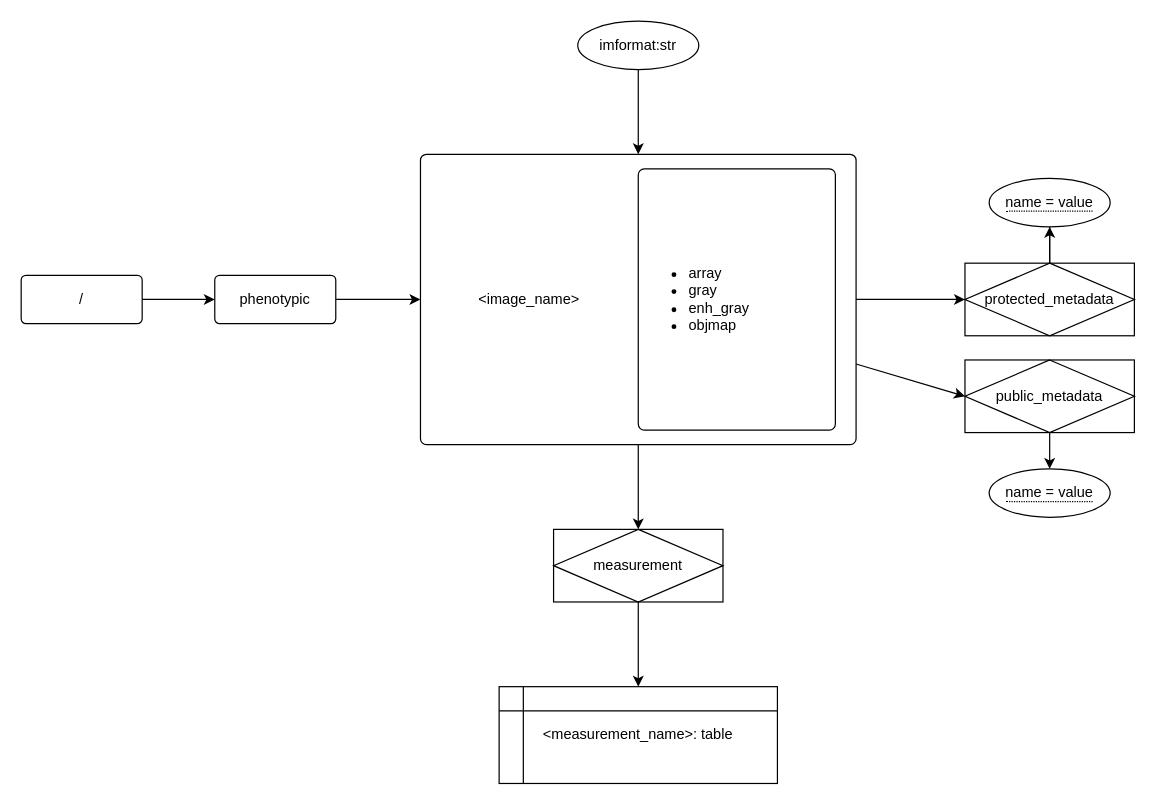
Before: page "I/O HDF5" (2 of 7) of docs/diagrams/Phenotypic-Diagrams.drawio in exfab/PhenoTypic, a draw.io diagram. Source tidied: cells renumbered, new cells numbered last; positions are measured from the earlier drawing's top-left corner, leaving out a move shared by most shapes. Both pictures are drawn from the tidied source at 121%, with x=0, y=0 at pixel (21, 21).
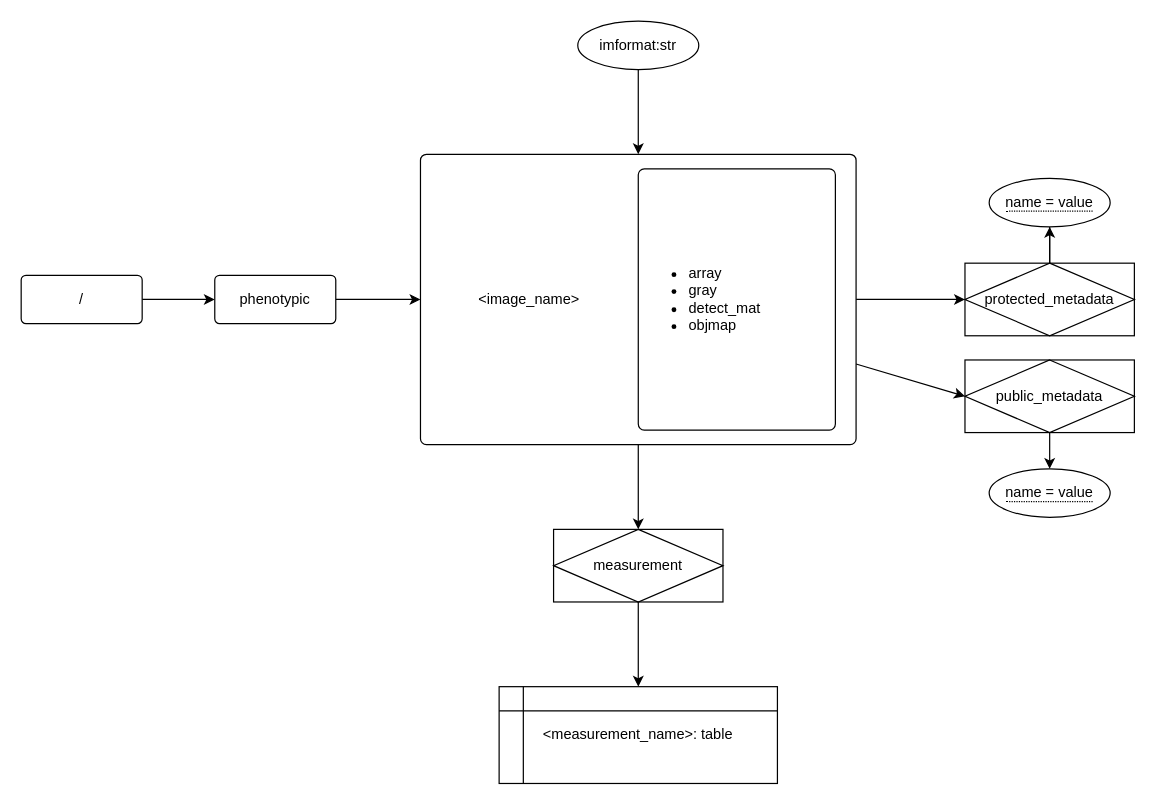
Above is the later version.

The change refers to these unchanged cells:
```xml
<mxCell id="9" style="rounded=1;absoluteArcSize=1;html=1;arcSize=10;" parent="1" vertex="1">
  <mxGeometry x="330" y="110" width="360" height="240" as="geometry" />
</mxCell>
```

The edit, as a diff of the source:
```diff
@@
-    <mxCell id="11" value="&lt;ul&gt;&lt;li&gt;array&lt;/li&gt;&lt;li&gt;gray&lt;/li&gt;&lt;li&gt;enh_gray&lt;/li&gt;&lt;li&gt;objmap&lt;/li&gt;&lt;/ul&gt;" style="rounded=1;absoluteArcSize=1;html=1;arcSize=10;whiteSpace=wrap;strokeColor=inherit;fillColor=inherit;align=left;" parent="9" vertex="1">
+    <mxCell id="11" value="&lt;ul&gt;&lt;li&gt;array&lt;/li&gt;&lt;li&gt;gray&lt;/li&gt;&lt;li&gt;detect_mat&lt;/li&gt;&lt;li&gt;objmap&lt;/li&gt;&lt;/ul&gt;" style="rounded=1;absoluteArcSize=1;html=1;arcSize=10;whiteSpace=wrap;strokeColor=inherit;fillColor=inherit;align=left;" parent="9" vertex="1">
       <mxGeometry x="180" y="12" width="162.9" height="216" as="geometry" />
     </mxCell>
```
